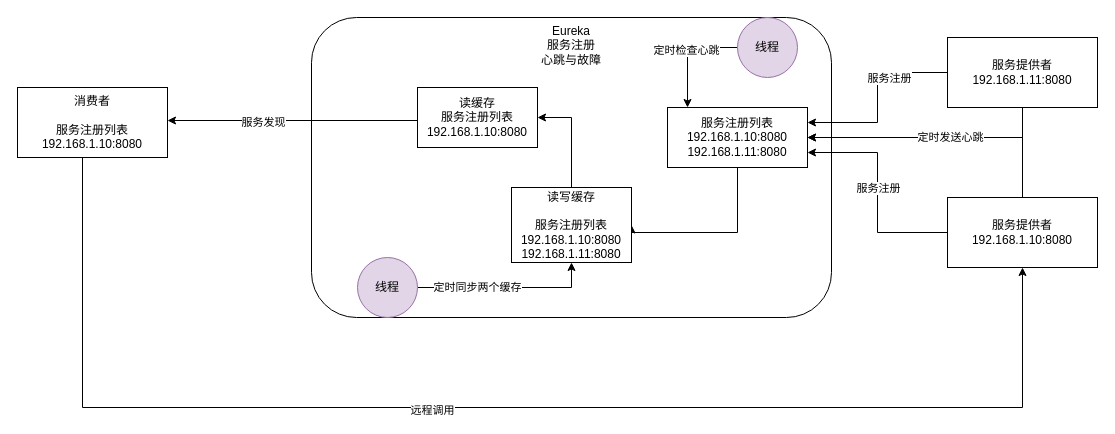
Above: page "Eureka" (1 of 2) of Spring Cloud.drawio in juesuchen/diagrams (draw.io), before the change. Source tidied: cells renumbered, new cells numbered last; positions are measured from the earlier drawing's top-left corner, leaving out a move shared by most shapes. Both pictures are drawn from the tidied source at 100%, with x=0, y=0 at pixel (17, 17).
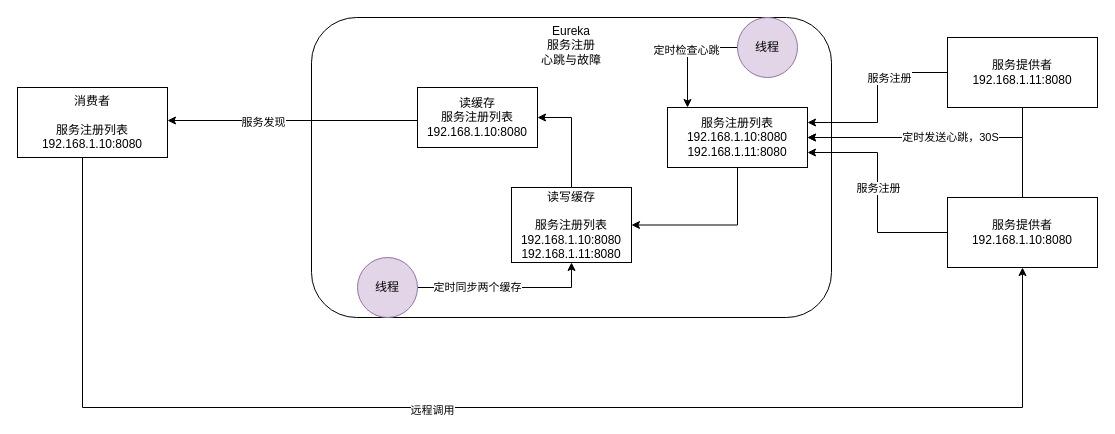
After the change.

Unchanged cells that the change refers to:
```xml
<mxCell id="7" value="服务注册列表&lt;br&gt;192.168.1.10:8080&lt;br&gt;192.168.1.11:8080" style="rounded=0;whiteSpace=wrap;html=1;" parent="1" vertex="1">
  <mxGeometry x="650" y="90" width="140" height="60" as="geometry" />
</mxCell>
<mxCell id="14" style="edgeStyle=orthogonalEdgeStyle;rounded=0;jettySize=auto;html=1;entryX=1;entryY=0.5;entryDx=0;entryDy=0;" parent="1" edge="1" source="16" target="7">
  <mxGeometry relative="1" as="geometry">
    <Array as="points">
      <mxPoint x="1005" y="120" />
    </Array>
  </mxGeometry>
</mxCell>
<mxCell id="18" value="读写缓存&lt;br&gt;&lt;br&gt;服务注册列表&lt;br&gt;192.168.1.10:8080&lt;br&gt;192.168.1.11:8080" style="rounded=0;whiteSpace=wrap;html=1;" parent="1" vertex="1">
  <mxGeometry x="494" y="170" width="120" height="75" as="geometry" />
</mxCell>
```

The edit, as a diff of the source:
```diff
@@
-    <mxCell id="6" style="edgeStyle=orthogonalEdgeStyle;rounded=0;jettySize=auto;html=1;entryX=1;entryY=0.5;entryDx=0;entryDy=0;" parent="1" edge="1" source="7" target="18">
-      <mxGeometry relative="1" as="geometry">
-        <Array as="points">
-          <mxPoint x="720" y="215" />
-        </Array>
-      </mxGeometry>
+    <mxCell id="6" style="edgeStyle=orthogonalEdgeStyle;rounded=0;jettySize=auto;html=1;exitX=0.5;exitY=1;exitDx=0;exitDy=0;entryX=1;entryY=0.5;entryDx=0;entryDy=0;" parent="1" edge="1" source="7" target="18">
+      <mxGeometry relative="1" as="geometry" />
     </mxCell>
@@
-    <mxCell id="15" value="定时发送心跳" style="edgeLabel;html=1;align=center;verticalAlign=middle;" parent="14" vertex="1">
+    <mxCell id="15" value="定时发送心跳，30S" style="edgeLabel;html=1;align=center;verticalAlign=middle;" parent="14" vertex="1">
       <mxGeometry x="-0.03" y="-1" relative="1" as="geometry" />
     </mxCell>
```
